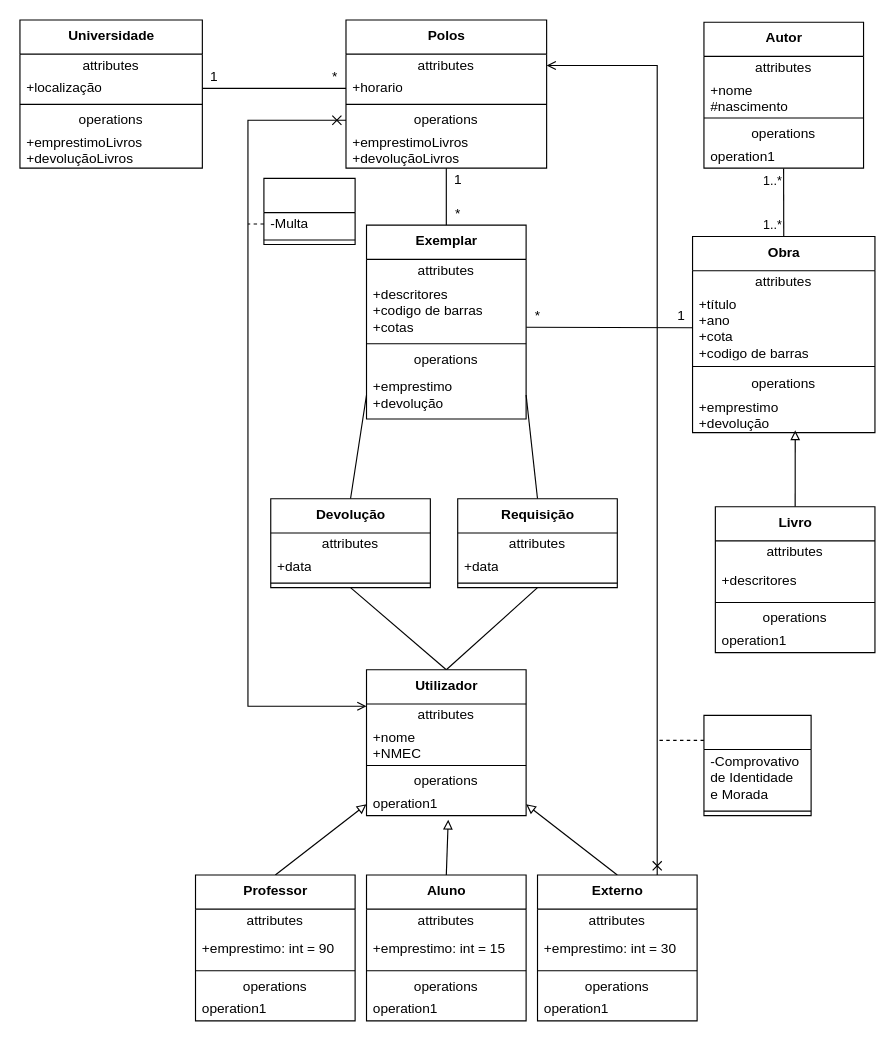
Earlier version of the draw.io diagram page "3.2_alternative" (2 of 2) of P/P3/P3.drawio (DavidAraujo98/AS). Source tidied: cells renumbered, new cells numbered last; positions are measured from the earlier drawing's top-left corner, leaving out a move shared by most shapes. Both pictures are drawn from the tidied source at 114%, with x=0, y=0 at pixel (19, 19).
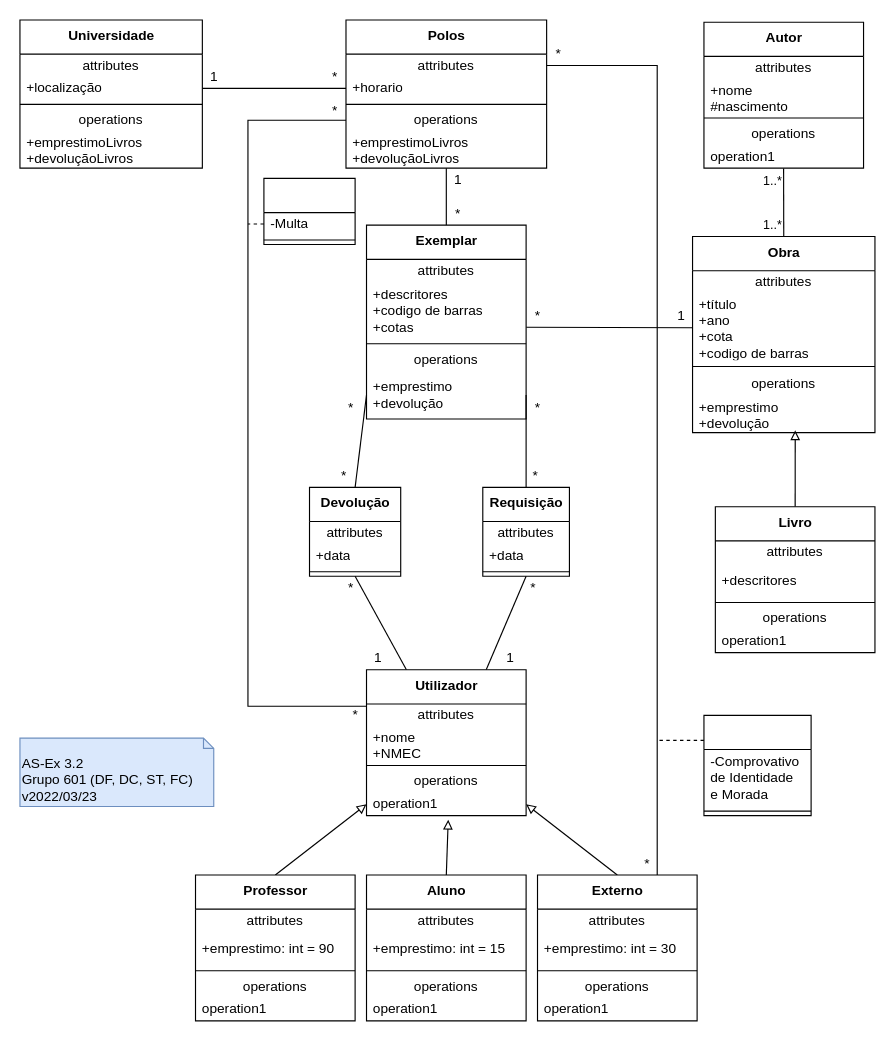
After the change.

Unchanged cells that the change refers to:
```xml
<mxCell id="23" value="&lt;b&gt;Utilizador&lt;/b&gt;" style="swimlane;fontStyle=0;align=center;verticalAlign=top;horizontal=1;startSize=30;html=1;" parent="1" vertex="1">
  <mxGeometry x="304" y="570" width="140" height="128" as="geometry" />
</mxCell>
<mxCell id="45" value="&lt;b&gt;Externo&lt;/b&gt;" style="swimlane;fontStyle=0;align=center;verticalAlign=top;horizontal=1;startSize=30;html=1;" parent="1" vertex="1">
  <mxGeometry x="454" y="750" width="140" height="128" as="geometry" />
</mxCell>
<mxCell id="72" value="attributes" style="text;html=1;strokeColor=none;fillColor=none;align=center;verticalAlign=middle;spacingLeft=4;spacingRight=4;overflow=hidden;points=[[0,0.5],[1,0.5]];portConstraint=eastwest;labelBackgroundColor=none;" parent="71" vertex="1">
  <mxGeometry y="30" width="176" height="20" as="geometry" />
</mxCell>
<mxCell id="75" value="operations" style="text;html=1;strokeColor=none;fillColor=none;align=center;verticalAlign=middle;spacingLeft=4;spacingRight=4;overflow=hidden;points=[[0,0.5],[1,0.5]];portConstraint=eastwest;labelBackgroundColor=none;" parent="71" vertex="1">
  <mxGeometry y="78" width="176" height="20" as="geometry" />
</mxCell>
```

Diff of the diagram source:
```diff
@@
-    <mxCell id="21" style="edgeStyle=none;rounded=0;jettySize=auto;html=1;exitX=0.5;exitY=0;exitDx=0;exitDy=0;entryX=0.5;entryY=1;entryDx=0;entryDy=0;endArrow=none;endFill=0;" parent="1" edge="1" source="23" target="55">
+    <mxCell id="21" style="edgeStyle=none;rounded=0;jettySize=auto;html=1;exitX=0.75;exitY=0;exitDx=0;exitDy=0;entryX=0.5;entryY=1;entryDx=0;entryDy=0;endArrow=none;endFill=0;" parent="1" edge="1" source="23" target="55">
       <mxGeometry relative="1" as="geometry" />
     </mxCell>
-    <mxCell id="22" style="edgeStyle=none;rounded=0;jettySize=auto;html=1;exitX=0.5;exitY=0;exitDx=0;exitDy=0;entryX=0.5;entryY=1;entryDx=0;entryDy=0;endArrow=none;endFill=0;" parent="1" edge="1" source="23" target="60">
+    <mxCell id="22" style="edgeStyle=none;rounded=0;jettySize=auto;html=1;exitX=0.25;exitY=0;exitDx=0;exitDy=0;entryX=0.5;entryY=1;entryDx=0;entryDy=0;endArrow=none;endFill=0;" parent="1" edge="1" source="23" target="60">
       <mxGeometry relative="1" as="geometry" />
     </mxCell>
@@
-    <mxCell id="44" style="edgeStyle=orthogonalEdgeStyle;rounded=0;jettySize=auto;html=1;exitX=0.75;exitY=0;exitDx=0;exitDy=0;entryX=1;entryY=0.5;entryDx=0;entryDy=0;startArrow=cross;startFill=0;endArrow=open;endFill=0;" parent="1" edge="1" source="45" target="72">
+    <mxCell id="44" style="edgeStyle=orthogonalEdgeStyle;rounded=0;jettySize=auto;html=1;exitX=0.75;exitY=0;exitDx=0;exitDy=0;entryX=1;entryY=0.5;entryDx=0;entryDy=0;startArrow=none;startFill=0;endArrow=none;endFill=0;" parent="1" edge="1" source="45" target="72">
       <mxGeometry relative="1" as="geometry" />
     </mxCell>
@@
     <mxCell id="55" value="&lt;b&gt;Requisição&lt;/b&gt;" style="swimlane;fontStyle=0;align=center;verticalAlign=top;horizontal=1;startSize=30;html=1;" parent="1" vertex="1">
-      <mxGeometry x="384" y="420" width="140" height="78" as="geometry" />
+      <mxGeometry x="406" y="410" width="76" height="78" as="geometry" />
     </mxCell>
     <mxCell id="56" value="attributes" style="text;html=1;strokeColor=none;fillColor=none;align=center;verticalAlign=middle;spacingLeft=4;spacingRight=4;overflow=hidden;" parent="55" vertex="1">
-      <mxGeometry y="30" width="140" height="20" as="geometry" />
+      <mxGeometry y="30" width="76" height="20" as="geometry" />
     </mxCell>
     <mxCell id="57" value="+data" style="text;html=1;strokeColor=none;fillColor=none;align=left;verticalAlign=middle;spacingLeft=4;spacingRight=4;overflow=hidden;" parent="55" vertex="1">
-      <mxGeometry y="50" width="140" height="20" as="geometry" />
+      <mxGeometry y="50" width="76" height="20" as="geometry" />
     </mxCell>
     <mxCell id="58" style="line;strokeWidth=1;fillColor=none;align=left;verticalAlign=middle;spacingTop=-1;spacingLeft=3;spacingRight=3;labelPosition=right;" parent="55" vertex="1">
-      <mxGeometry y="70" width="140" height="8" as="geometry" />
+      <mxGeometry y="70" width="76" height="8" as="geometry" />
     </mxCell>
@@
     <mxCell id="60" value="&lt;b&gt;Devolução&lt;/b&gt;" style="swimlane;fontStyle=0;align=center;verticalAlign=top;horizontal=1;startSize=30;html=1;" parent="1" vertex="1">
-      <mxGeometry x="220" y="420" width="140" height="78" as="geometry" />
+      <mxGeometry x="254" y="410" width="80" height="78" as="geometry" />
     </mxCell>
     <mxCell id="61" value="attributes" style="text;html=1;strokeColor=none;fillColor=none;align=center;verticalAlign=middle;spacingLeft=4;spacingRight=4;overflow=hidden;" parent="60" vertex="1">
-      <mxGeometry y="30" width="140" height="20" as="geometry" />
+      <mxGeometry y="30" width="80" height="20" as="geometry" />
     </mxCell>
     <mxCell id="62" value="+data" style="text;html=1;strokeColor=none;fillColor=none;align=left;verticalAlign=middle;spacingLeft=4;spacingRight=4;overflow=hidden;" parent="60" vertex="1">
-      <mxGeometry y="50" width="140" height="20" as="geometry" />
+      <mxGeometry y="50" width="80" height="20" as="geometry" />
     </mxCell>
     <mxCell id="63" style="line;strokeWidth=1;fillColor=none;align=left;verticalAlign=middle;spacingTop=-1;spacingLeft=3;spacingRight=3;labelPosition=right;" parent="60" vertex="1">
-      <mxGeometry y="70" width="140" height="8" as="geometry" />
+      <mxGeometry y="70" width="80" height="8" as="geometry" />
     </mxCell>
@@
-    <mxCell id="88" style="edgeStyle=orthogonalEdgeStyle;rounded=0;jettySize=auto;html=1;exitX=0;exitY=0.5;exitDx=0;exitDy=0;endArrow=open;endFill=0;entryX=0;entryY=0.25;entryDx=0;entryDy=0;startArrow=cross;startFill=0;" parent="1" edge="1" source="75" target="23">
+    <mxCell id="88" style="edgeStyle=orthogonalEdgeStyle;rounded=0;jettySize=auto;html=1;exitX=0;exitY=0.5;exitDx=0;exitDy=0;endArrow=none;endFill=0;entryX=0;entryY=0.25;entryDx=0;entryDy=0;startArrow=none;startFill=0;" parent="1" edge="1" source="75" target="23">
       <mxGeometry relative="1" as="geometry">
         <Array as="points">
           <mxPoint x="200" y="88" />
           <mxPoint x="200" y="602" />
         </Array>
       </mxGeometry>
     </mxCell>
@@
+    <mxCell id="100" value="*" style="text;html=1;align=center;verticalAlign=middle;strokeColor=none;fillColor=none;" parent="1" vertex="1">
+      <mxGeometry x="440" y="488" width="20" height="20" as="geometry" />
+    </mxCell>
+    <mxCell id="101" value="*" style="text;html=1;align=center;verticalAlign=middle;strokeColor=none;fillColor=none;" parent="1" vertex="1">
+      <mxGeometry x="280" y="488" width="20" height="20" as="geometry" />
+    </mxCell>
+    <mxCell id="102" value="1" style="text;html=1;align=center;verticalAlign=middle;strokeColor=none;fillColor=none;" parent="1" vertex="1">
+      <mxGeometry x="420" y="550" width="20" height="20" as="geometry" />
+    </mxCell>
+    <mxCell id="103" value="1" style="text;html=1;align=center;verticalAlign=middle;strokeColor=none;fillColor=none;" parent="1" vertex="1">
+      <mxGeometry x="304" y="550" width="20" height="20" as="geometry" />
+    </mxCell>
+    <mxCell id="104" value="*" style="text;html=1;align=center;verticalAlign=middle;strokeColor=none;fillColor=none;" parent="1" vertex="1">
+      <mxGeometry x="274" y="390" width="20" height="20" as="geometry" />
+    </mxCell>
+    <mxCell id="105" value="*" style="text;html=1;align=center;verticalAlign=middle;strokeColor=none;fillColor=none;" parent="1" vertex="1">
+      <mxGeometry x="280" y="330" width="20" height="20" as="geometry" />
+    </mxCell>
+    <mxCell id="106" value="*" style="text;html=1;align=center;verticalAlign=middle;strokeColor=none;fillColor=none;" parent="1" vertex="1">
+      <mxGeometry x="442" y="390" width="20" height="20" as="geometry" />
+    </mxCell>
+    <mxCell id="107" value="*" style="text;html=1;align=center;verticalAlign=middle;strokeColor=none;fillColor=none;" parent="1" vertex="1">
+      <mxGeometry x="444" y="330" width="20" height="20" as="geometry" />
+    </mxCell>
+    <mxCell id="108" value="*" style="text;html=1;align=center;verticalAlign=middle;strokeColor=none;fillColor=none;" parent="1" vertex="1">
+      <mxGeometry x="266" y="70" width="20" height="20" as="geometry" />
+    </mxCell>
+    <mxCell id="109" value="*" style="text;html=1;align=center;verticalAlign=middle;strokeColor=none;fillColor=none;" parent="1" vertex="1">
+      <mxGeometry x="284" y="600" width="20" height="20" as="geometry" />
+    </mxCell>
+    <mxCell id="110" value="*" style="text;html=1;align=center;verticalAlign=middle;strokeColor=none;fillColor=none;" parent="1" vertex="1">
+      <mxGeometry x="540" y="730" width="20" height="20" as="geometry" />
+    </mxCell>
+    <mxCell id="111" value="*" style="text;html=1;align=center;verticalAlign=middle;strokeColor=none;fillColor=none;" parent="1" vertex="1">
+      <mxGeometry x="462" y="20" width="20" height="20" as="geometry" />
+    </mxCell>
+    <mxCell id="112" value="AS-Ex 3.2&lt;br&gt;Grupo 601 (DF, DC, ST, FC)&lt;br&gt;v2022/03/23" style="shape=note2;boundedLbl=1;whiteSpace=wrap;html=1;size=9;verticalAlign=top;align=left;labelBackgroundColor=none;fillColor=#dae8fc;strokeColor=#6c8ebf;" parent="1" vertex="1">
+      <mxGeometry y="630" width="170" height="60" as="geometry" />
+    </mxCell>
```
